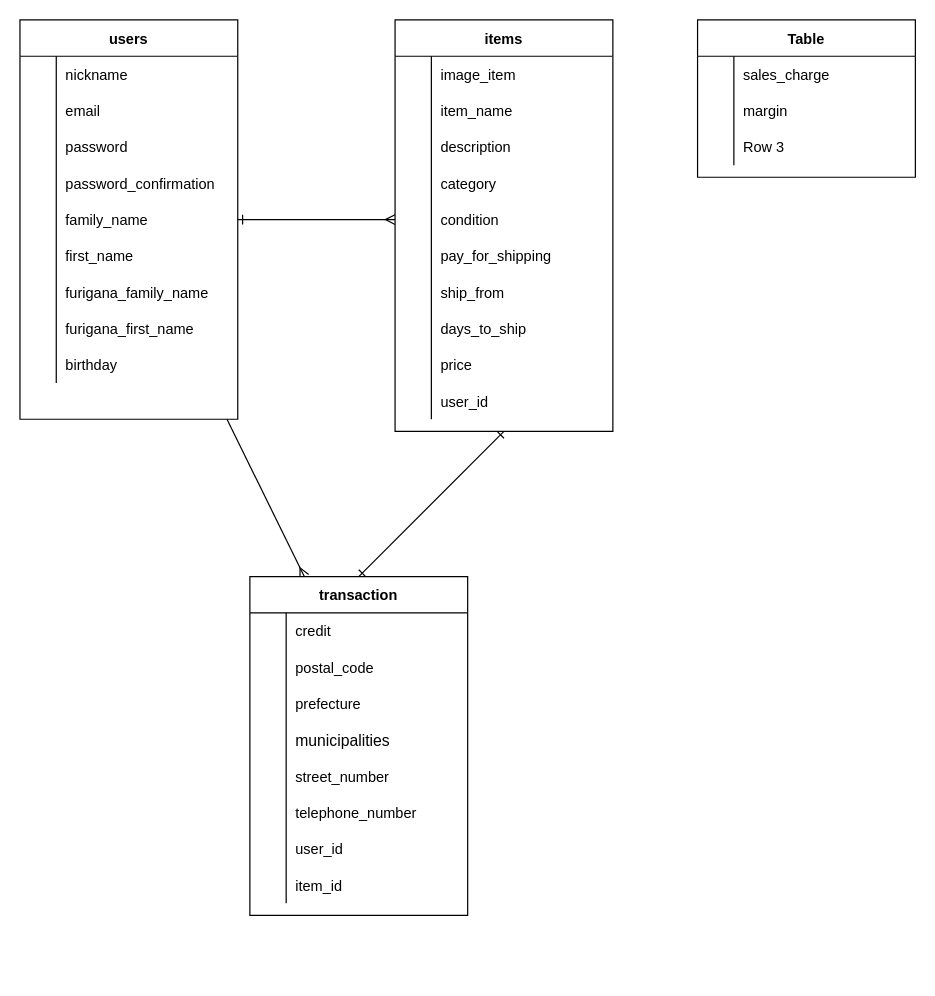
Earlier version of the draw.io diagram ER.dio (Emiri-Kakazu/2nd-furima-32894). Source tidied: cells renumbered, new cells numbered last; positions are measured from the earlier drawing's top-left corner, leaving out a move shared by most shapes. Both pictures are drawn from the tidied source at 121%, with x=0, y=0 at pixel (19, 19).
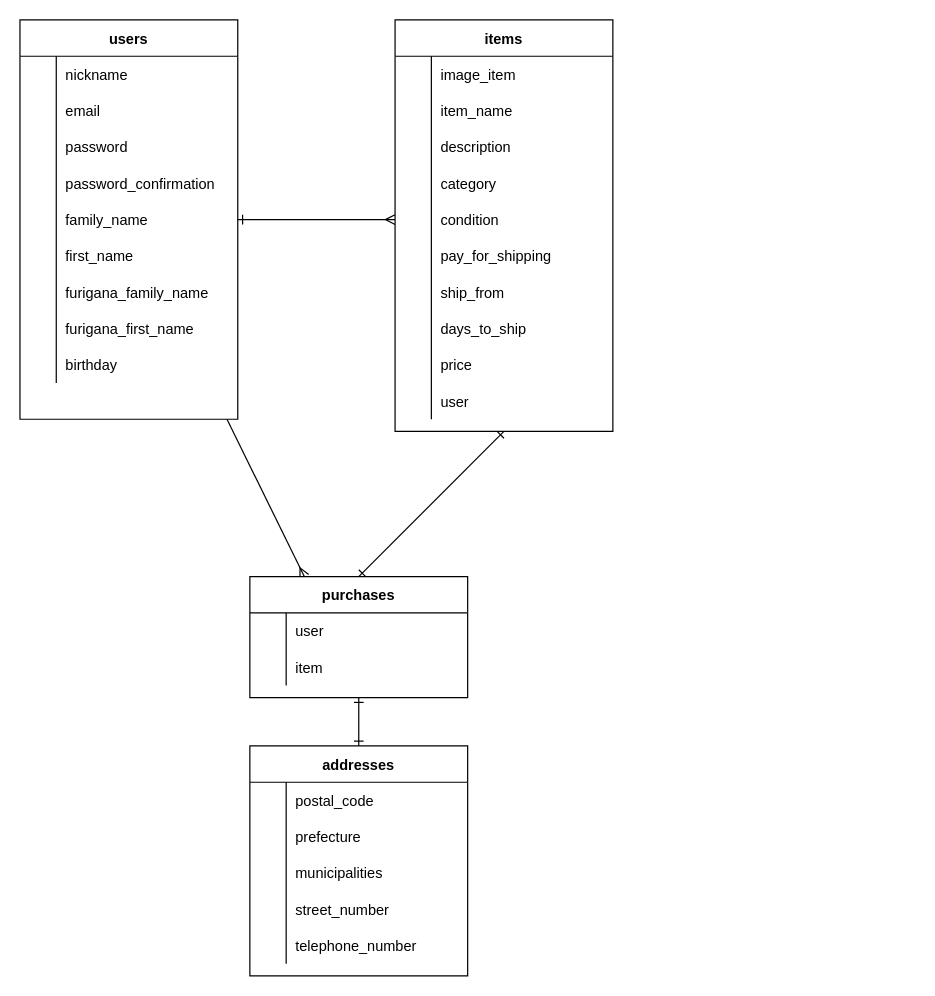
After the change.

The change refers to these unchanged cells:
```xml
<mxCell id="60" style="shape=partialRectangle;fillColor=none;top=0;left=0;bottom=0;right=0;" parent="32" vertex="1">
  <mxGeometry y="300" width="180" height="30" as="geometry" />
</mxCell>
<mxCell id="64" style="shape=partialRectangle;fillColor=none;top=0;left=0;bottom=0;right=0;" parent="63" vertex="1">
  <mxGeometry y="30" width="180" height="30" as="geometry" />
</mxCell>
<mxCell id="67" style="shape=partialRectangle;fillColor=none;top=0;left=0;bottom=0;right=0;" parent="63" vertex="1">
  <mxGeometry y="60" width="180" height="30" as="geometry" />
</mxCell>
<mxCell id="70" style="shape=partialRectangle;fillColor=none;top=0;left=0;bottom=0;right=0;" parent="63" vertex="1">
  <mxGeometry y="90" width="180" height="30" as="geometry" />
</mxCell>
```

What changed in the source:
```diff
@@
-    <mxCell id="62" value="user_id" style="shape=partialRectangle;fillColor=none;top=0;left=0;bottom=0;right=0;align=left;spacingLeft=6;overflow=hidden;" parent="60" vertex="1">
+    <mxCell id="62" value="user" style="shape=partialRectangle;fillColor=none;top=0;left=0;bottom=0;right=0;align=left;spacingLeft=6;overflow=hidden;" parent="60" vertex="1">
       <mxGeometry x="30" width="150" height="30" as="geometry" />
     </mxCell>
-    <mxCell id="63" value="Table" style="shape=table;startSize=30;childLayout=tableLayout;rowLines=0;fontStyle=1;align=center;" parent="1" vertex="1">
-      <mxGeometry x="560" width="180" height="130" as="geometry" />
+    <mxCell id="63" value="addresses" style="shape=table;startSize=30;childLayout=tableLayout;rowLines=0;fontStyle=1;align=center;" parent="1" vertex="1">
+      <mxGeometry x="190" y="600" width="180" height="190" as="geometry" />
     </mxCell>
@@
-    <mxCell id="66" value="sales_charge" style="shape=partialRectangle;fillColor=none;top=0;left=0;bottom=0;right=0;align=left;spacingLeft=6;overflow=hidden;" parent="64" vertex="1">
+    <mxCell id="66" value="postal_code" style="shape=partialRectangle;fillColor=none;top=0;left=0;bottom=0;right=0;align=left;spacingLeft=6;overflow=hidden;" parent="64" vertex="1">
       <mxGeometry x="30" width="150" height="30" as="geometry" />
     </mxCell>
@@
-    <mxCell id="69" value="margin" style="shape=partialRectangle;fillColor=none;top=0;left=0;bottom=0;right=0;align=left;spacingLeft=6;overflow=hidden;" parent="67" vertex="1">
+    <mxCell id="69" value="prefecture" style="shape=partialRectangle;fillColor=none;top=0;left=0;bottom=0;right=0;align=left;spacingLeft=6;overflow=hidden;" parent="67" vertex="1">
       <mxGeometry x="30" width="150" height="30" as="geometry" />
     </mxCell>
@@
-    <mxCell id="72" value="Row 3" style="shape=partialRectangle;fillColor=none;top=0;left=0;bottom=0;right=0;align=left;spacingLeft=6;overflow=hidden;" parent="70" vertex="1">
+    <mxCell id="72" value="municipalities" style="shape=partialRectangle;fillColor=none;top=0;left=0;bottom=0;right=0;align=left;spacingLeft=6;overflow=hidden;" parent="70" vertex="1">
       <mxGeometry x="30" width="150" height="30" as="geometry" />
     </mxCell>
+    <mxCell id="83" style="shape=partialRectangle;fillColor=none;top=0;left=0;bottom=0;right=0;" parent="63" vertex="1">
+      <mxGeometry y="120" width="180" height="30" as="geometry" />
+    </mxCell>
+    <mxCell id="99" style="shape=partialRectangle;fillColor=none;top=0;left=0;bottom=0;right=0;overflow=hidden;" parent="83" vertex="1">
+      <mxGeometry width="30" height="30" as="geometry" />
+    </mxCell>
+    <mxCell id="88" value="street_number" style="shape=partialRectangle;fillColor=none;top=0;left=0;bottom=0;right=0;align=left;spacingLeft=6;overflow=hidden;" parent="83" vertex="1">
+      <mxGeometry x="30" width="150" height="30" as="geometry" />
+    </mxCell>
+    <mxCell id="86" style="shape=partialRectangle;fillColor=none;top=0;left=0;bottom=0;right=0;" parent="63" vertex="1">
+      <mxGeometry y="150" width="180" height="30" as="geometry" />
+    </mxCell>
+    <mxCell id="100" style="shape=partialRectangle;fillColor=none;top=0;left=0;bottom=0;right=0;overflow=hidden;" parent="86" vertex="1">
+      <mxGeometry width="30" height="30" as="geometry" />
+    </mxCell>
+    <mxCell id="91" value="telephone_number" style="shape=partialRectangle;fillColor=none;top=0;left=0;bottom=0;right=0;align=left;spacingLeft=6;overflow=hidden;" parent="86" vertex="1">
+      <mxGeometry x="30" width="150" height="30" as="geometry" />
+    </mxCell>
+    <mxCell id="101" style="edgeStyle=none;html=1;entryX=0.5;entryY=0;entryDx=0;entryDy=0;endArrow=ERone;endFill=0;startArrow=ERone;startFill=0;" parent="1" edge="1" source="73" target="63">
+      <mxGeometry relative="1" as="geometry" />
+    </mxCell>
-    <mxCell id="73" value="transaction" style="shape=table;startSize=30;childLayout=tableLayout;rowLines=0;fontStyle=1;align=center;" parent="1" vertex="1">
-      <mxGeometry x="190" y="460" width="180" height="280" as="geometry" />
+    <mxCell id="73" value="purchases" style="shape=table;startSize=30;childLayout=tableLayout;rowLines=0;fontStyle=1;align=center;" parent="1" vertex="1">
+      <mxGeometry x="190" y="460" width="180" height="100" as="geometry" />
     </mxCell>
-    <mxCell id="74" style="shape=partialRectangle;fillColor=none;top=0;left=0;bottom=0;right=0;" parent="73" vertex="1">
-      <mxGeometry y="30" width="180" height="30" as="geometry" />
-    </mxCell>
-    <mxCell id="75" style="shape=partialRectangle;fillColor=none;top=0;left=0;bottom=0;right=0;overflow=hidden;" parent="74" vertex="1">
-      <mxGeometry width="30" height="30" as="geometry" />
-    </mxCell>
-    <mxCell id="76" value="credit" style="shape=partialRectangle;fillColor=none;top=0;left=0;bottom=0;right=0;align=left;spacingLeft=6;overflow=hidden;" parent="74" vertex="1">
-      <mxGeometry x="30" width="150" height="30" as="geometry" />
-    </mxCell>
-    <mxCell id="77" style="shape=partialRectangle;fillColor=none;top=0;left=0;bottom=0;right=0;" parent="73" vertex="1">
-      <mxGeometry y="60" width="180" height="30" as="geometry" />
-    </mxCell>
-    <mxCell id="78" style="shape=partialRectangle;fillColor=none;top=0;left=0;bottom=0;right=0;overflow=hidden;" parent="77" vertex="1">
-      <mxGeometry width="30" height="30" as="geometry" />
-    </mxCell>
-    <mxCell id="79" value="postal_code" style="shape=partialRectangle;fillColor=none;top=0;left=0;bottom=0;right=0;align=left;spacingLeft=6;overflow=hidden;" parent="77" vertex="1">
-      <mxGeometry x="30" width="150" height="30" as="geometry" />
-    </mxCell>
-    <mxCell id="80" style="shape=partialRectangle;fillColor=none;top=0;left=0;bottom=0;right=0;" parent="73" vertex="1">
-      <mxGeometry y="90" width="180" height="30" as="geometry" />
-    </mxCell>
-    <mxCell id="81" style="shape=partialRectangle;fillColor=none;top=0;left=0;bottom=0;right=0;overflow=hidden;" parent="80" vertex="1">
-      <mxGeometry width="30" height="30" as="geometry" />
-    </mxCell>
-    <mxCell id="82" value="prefecture" style="shape=partialRectangle;fillColor=none;top=0;left=0;bottom=0;right=0;align=left;spacingLeft=6;overflow=hidden;" parent="80" vertex="1">
-      <mxGeometry x="30" width="150" height="30" as="geometry" />
-    </mxCell>
-    <mxCell id="83" style="shape=partialRectangle;fillColor=none;top=0;left=0;bottom=0;right=0;" parent="73" vertex="1">
-      <mxGeometry y="120" width="180" height="30" as="geometry" />
-    </mxCell>
-    <mxCell id="84" style="shape=partialRectangle;fillColor=none;top=0;left=0;bottom=0;right=0;overflow=hidden;" parent="83" vertex="1">
-      <mxGeometry width="30" height="30" as="geometry" />
-    </mxCell>
-    <mxCell id="85" value="municipalities" style="shape=partialRectangle;fillColor=none;top=0;left=0;bottom=0;right=0;align=left;spacingLeft=6;overflow=hidden;fontSize=13;" parent="83" vertex="1">
-      <mxGeometry x="30" width="150" height="30" as="geometry" />
-    </mxCell>
-    <mxCell id="86" style="shape=partialRectangle;fillColor=none;top=0;left=0;bottom=0;right=0;" parent="73" vertex="1">
-      <mxGeometry y="150" width="180" height="30" as="geometry" />
-    </mxCell>
-    <mxCell id="87" style="shape=partialRectangle;fillColor=none;top=0;left=0;bottom=0;right=0;overflow=hidden;" parent="86" vertex="1">
-      <mxGeometry width="30" height="30" as="geometry" />
-    </mxCell>
-    <mxCell id="88" value="street_number" style="shape=partialRectangle;fillColor=none;top=0;left=0;bottom=0;right=0;align=left;spacingLeft=6;overflow=hidden;" parent="86" vertex="1">
-      <mxGeometry x="30" width="150" height="30" as="geometry" />
-    </mxCell>
-    <mxCell id="89" style="shape=partialRectangle;fillColor=none;top=0;left=0;bottom=0;right=0;" parent="73" vertex="1">
-      <mxGeometry y="180" width="180" height="30" as="geometry" />
-    </mxCell>
-    <mxCell id="90" style="shape=partialRectangle;fillColor=none;top=0;left=0;bottom=0;right=0;overflow=hidden;" parent="89" vertex="1">
-      <mxGeometry width="30" height="30" as="geometry" />
-    </mxCell>
-    <mxCell id="91" value="telephone_number" style="shape=partialRectangle;fillColor=none;top=0;left=0;bottom=0;right=0;align=left;spacingLeft=6;overflow=hidden;" parent="89" vertex="1">
-      <mxGeometry x="30" width="150" height="30" as="geometry" />
-    </mxCell>
     <mxCell id="92" style="shape=partialRectangle;fillColor=none;top=0;left=0;bottom=0;right=0;" parent="73" vertex="1">
-      <mxGeometry y="210" width="180" height="30" as="geometry" />
+      <mxGeometry y="30" width="180" height="30" as="geometry" />
     </mxCell>
@@
-    <mxCell id="94" value="user_id" style="shape=partialRectangle;fillColor=none;top=0;left=0;bottom=0;right=0;align=left;spacingLeft=6;overflow=hidden;" parent="92" vertex="1">
+    <mxCell id="94" value="user" style="shape=partialRectangle;fillColor=none;top=0;left=0;bottom=0;right=0;align=left;spacingLeft=6;overflow=hidden;" parent="92" vertex="1">
       <mxGeometry x="30" width="150" height="30" as="geometry" />
     </mxCell>
     <mxCell id="95" style="shape=partialRectangle;fillColor=none;top=0;left=0;bottom=0;right=0;" parent="73" vertex="1">
-      <mxGeometry y="240" width="180" height="30" as="geometry" />
+      <mxGeometry y="60" width="180" height="30" as="geometry" />
     </mxCell>
@@
-    <mxCell id="97" value="item_id" style="shape=partialRectangle;fillColor=none;top=0;left=0;bottom=0;right=0;align=left;spacingLeft=6;overflow=hidden;" parent="95" vertex="1">
+    <mxCell id="97" value="item" style="shape=partialRectangle;fillColor=none;top=0;left=0;bottom=0;right=0;align=left;spacingLeft=6;overflow=hidden;" parent="95" vertex="1">
       <mxGeometry x="30" width="150" height="30" as="geometry" />
     </mxCell>
```
